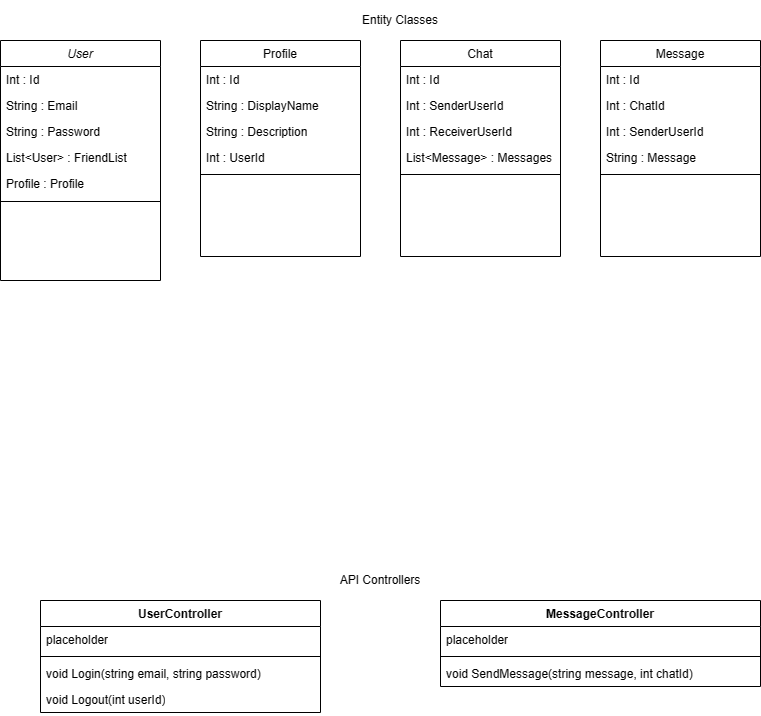
Before: Documents/Class Diagram.png, a diagram exported from draw.io (niko124a/Mini-svendeproeve-projekt). Source tidied: cells renumbered, new cells last; positions are measured from the earlier drawing's top-left corner, leaving out a move shared by most shapes. Its diagram source:
```xml
<mxGraphModel>
  <root>
    <mxCell id="0" />
    <mxCell id="1" parent="0" />
    <mxCell id="2" value="User" style="swimlane;fontStyle=2;align=center;verticalAlign=top;horizontal=1;startSize=26;rounded=0;shadow=0;strokeWidth=1;" parent="1" vertex="1">
      <mxGeometry y="40" width="160" height="240" as="geometry" />
    </mxCell>
    <mxCell id="3" value="Int : Id" style="text;align=left;verticalAlign=top;spacingLeft=4;spacingRight=4;overflow=hidden;" parent="2" vertex="1">
      <mxGeometry y="26" width="160" height="26" as="geometry" />
    </mxCell>
    <mxCell id="4" value="String : Email" style="text;align=left;verticalAlign=top;spacingLeft=4;spacingRight=4;overflow=hidden;rounded=0;shadow=0;html=0;" parent="2" vertex="1">
      <mxGeometry y="52" width="160" height="26" as="geometry" />
    </mxCell>
    <mxCell id="5" value="String : Password" style="text;align=left;verticalAlign=top;spacingLeft=4;spacingRight=4;overflow=hidden;rounded=0;shadow=0;html=0;" parent="2" vertex="1">
      <mxGeometry y="78" width="160" height="26" as="geometry" />
    </mxCell>
    <mxCell id="6" value="List&lt;User&gt; : FriendList" style="text;align=left;verticalAlign=top;spacingLeft=4;spacingRight=4;overflow=hidden;rounded=0;shadow=0;html=0;" parent="2" vertex="1">
      <mxGeometry y="104" width="160" height="26" as="geometry" />
    </mxCell>
    <mxCell id="7" value="Profile : Profile" style="text;align=left;verticalAlign=top;spacingLeft=4;spacingRight=4;overflow=hidden;" parent="2" vertex="1">
      <mxGeometry y="130" width="160" height="26" as="geometry" />
    </mxCell>
    <mxCell id="8" style="line;html=1;strokeWidth=1;align=left;verticalAlign=middle;spacingTop=-1;spacingLeft=3;spacingRight=3;labelPosition=right;" parent="2" vertex="1">
      <mxGeometry y="156" width="160" height="10" as="geometry" />
    </mxCell>
    <mxCell id="9" value="Profile" style="swimlane;fontStyle=0;align=center;verticalAlign=top;horizontal=1;startSize=26;rounded=0;shadow=0;strokeWidth=1;" parent="1" vertex="1">
      <mxGeometry x="200" y="40" width="160" height="216" as="geometry" />
    </mxCell>
    <mxCell id="10" value="Int : Id" style="text;align=left;verticalAlign=top;spacingLeft=4;spacingRight=4;overflow=hidden;" parent="9" vertex="1">
      <mxGeometry y="26" width="160" height="26" as="geometry" />
    </mxCell>
    <mxCell id="11" value="String : DisplayName" style="text;align=left;verticalAlign=top;spacingLeft=4;spacingRight=4;overflow=hidden;rounded=0;shadow=0;html=0;" parent="9" vertex="1">
      <mxGeometry y="52" width="160" height="26" as="geometry" />
    </mxCell>
    <mxCell id="12" value="String : Description" style="text;align=left;verticalAlign=top;spacingLeft=4;spacingRight=4;overflow=hidden;rounded=0;shadow=0;html=0;" parent="9" vertex="1">
      <mxGeometry y="78" width="160" height="26" as="geometry" />
    </mxCell>
    <mxCell id="13" value="Int : UserId" style="text;align=left;verticalAlign=top;spacingLeft=4;spacingRight=4;overflow=hidden;" parent="9" vertex="1">
      <mxGeometry y="104" width="160" height="26" as="geometry" />
    </mxCell>
    <mxCell id="14" style="line;html=1;strokeWidth=1;align=left;verticalAlign=middle;spacingTop=-1;spacingLeft=3;spacingRight=3;labelPosition=right;" parent="9" vertex="1">
      <mxGeometry y="130" width="160" height="8" as="geometry" />
    </mxCell>
    <mxCell id="15" value="Entity Classes" style="text;html=1;strokeColor=none;fillColor=none;align=center;verticalAlign=middle;whiteSpace=wrap;rounded=0;" parent="1" vertex="1">
      <mxGeometry x="340" width="120" height="40" as="geometry" />
    </mxCell>
    <mxCell id="16" value="API Controllers" style="text;html=1;strokeColor=none;fillColor=none;align=center;verticalAlign=middle;whiteSpace=wrap;rounded=0;" parent="1" vertex="1">
      <mxGeometry x="320" y="560" width="120" height="40" as="geometry" />
    </mxCell>
    <mxCell id="17" value="UserController" style="swimlane;fontStyle=1;align=center;verticalAlign=top;horizontal=1;startSize=26;whiteSpace=wrap;html=1;" parent="1" vertex="1">
      <mxGeometry x="40" y="600" width="280" height="112" as="geometry" />
    </mxCell>
    <mxCell id="18" value="placeholder" style="text;strokeColor=none;fillColor=none;align=left;verticalAlign=top;spacingLeft=4;spacingRight=4;overflow=hidden;whiteSpace=wrap;html=1;" parent="17" vertex="1">
      <mxGeometry y="26" width="280" height="26" as="geometry" />
    </mxCell>
    <mxCell id="19" style="line;strokeWidth=1;fillColor=none;align=left;verticalAlign=middle;spacingTop=-1;spacingLeft=3;spacingRight=3;labelPosition=right;strokeColor=inherit;" parent="17" vertex="1">
      <mxGeometry y="52" width="280" height="8" as="geometry" />
    </mxCell>
    <mxCell id="20" value="void Login(string email, string password)" style="text;strokeColor=none;fillColor=none;align=left;verticalAlign=top;spacingLeft=4;spacingRight=4;overflow=hidden;whiteSpace=wrap;html=1;" parent="17" vertex="1">
      <mxGeometry y="60" width="280" height="26" as="geometry" />
    </mxCell>
    <mxCell id="21" value="void Logout(int userId)" style="text;strokeColor=none;fillColor=none;align=left;verticalAlign=top;spacingLeft=4;spacingRight=4;overflow=hidden;whiteSpace=wrap;html=1;" parent="17" vertex="1">
      <mxGeometry y="86" width="280" height="26" as="geometry" />
    </mxCell>
    <mxCell id="22" value="MessageController" style="swimlane;fontStyle=1;align=center;verticalAlign=top;horizontal=1;startSize=26;whiteSpace=wrap;html=1;" parent="1" vertex="1">
      <mxGeometry x="440" y="600" width="320" height="86" as="geometry" />
    </mxCell>
    <mxCell id="23" value="placeholder" style="text;strokeColor=none;fillColor=none;align=left;verticalAlign=top;spacingLeft=4;spacingRight=4;overflow=hidden;whiteSpace=wrap;html=1;" parent="22" vertex="1">
      <mxGeometry y="26" width="320" height="26" as="geometry" />
    </mxCell>
    <mxCell id="24" style="line;strokeWidth=1;fillColor=none;align=left;verticalAlign=middle;spacingTop=-1;spacingLeft=3;spacingRight=3;labelPosition=right;strokeColor=inherit;" parent="22" vertex="1">
      <mxGeometry y="52" width="320" height="8" as="geometry" />
    </mxCell>
    <mxCell id="25" value="void SendMessage(string message, int chatId)" style="text;strokeColor=none;fillColor=none;align=left;verticalAlign=top;spacingLeft=4;spacingRight=4;overflow=hidden;whiteSpace=wrap;html=1;" parent="22" vertex="1">
      <mxGeometry y="60" width="320" height="26" as="geometry" />
    </mxCell>
    <mxCell id="26" value="Chat" style="swimlane;fontStyle=0;align=center;verticalAlign=top;horizontal=1;startSize=26;rounded=0;shadow=0;strokeWidth=1;" parent="1" vertex="1">
      <mxGeometry x="400" y="40" width="160" height="216" as="geometry" />
    </mxCell>
    <mxCell id="27" value="Int : Id" style="text;align=left;verticalAlign=top;spacingLeft=4;spacingRight=4;overflow=hidden;" parent="26" vertex="1">
      <mxGeometry y="26" width="160" height="26" as="geometry" />
    </mxCell>
    <mxCell id="28" value="Int : SenderUserId" style="text;align=left;verticalAlign=top;spacingLeft=4;spacingRight=4;overflow=hidden;rounded=0;shadow=0;html=0;" parent="26" vertex="1">
      <mxGeometry y="52" width="160" height="26" as="geometry" />
    </mxCell>
    <mxCell id="29" value="Int : ReceiverUserId" style="text;align=left;verticalAlign=top;spacingLeft=4;spacingRight=4;overflow=hidden;rounded=0;shadow=0;html=0;" parent="26" vertex="1">
      <mxGeometry y="78" width="160" height="26" as="geometry" />
    </mxCell>
    <mxCell id="30" value="List&lt;Message&gt; : Messages" style="text;align=left;verticalAlign=top;spacingLeft=4;spacingRight=4;overflow=hidden;" parent="26" vertex="1">
      <mxGeometry y="104" width="160" height="26" as="geometry" />
    </mxCell>
    <mxCell id="31" style="line;html=1;strokeWidth=1;align=left;verticalAlign=middle;spacingTop=-1;spacingLeft=3;spacingRight=3;labelPosition=right;" parent="26" vertex="1">
      <mxGeometry y="130" width="160" height="8" as="geometry" />
    </mxCell>
    <mxCell id="32" value="Message" style="swimlane;fontStyle=0;align=center;verticalAlign=top;horizontal=1;startSize=26;rounded=0;shadow=0;strokeWidth=1;" parent="1" vertex="1">
      <mxGeometry x="600" y="40" width="160" height="216" as="geometry" />
    </mxCell>
    <mxCell id="33" value="Int : Id" style="text;align=left;verticalAlign=top;spacingLeft=4;spacingRight=4;overflow=hidden;" parent="32" vertex="1">
      <mxGeometry y="26" width="160" height="26" as="geometry" />
    </mxCell>
    <mxCell id="34" value="Int : ChatId" style="text;align=left;verticalAlign=top;spacingLeft=4;spacingRight=4;overflow=hidden;rounded=0;shadow=0;html=0;" parent="32" vertex="1">
      <mxGeometry y="52" width="160" height="26" as="geometry" />
    </mxCell>
    <mxCell id="35" value="Int : SenderUserId" style="text;align=left;verticalAlign=top;spacingLeft=4;spacingRight=4;overflow=hidden;rounded=0;shadow=0;html=0;" parent="32" vertex="1">
      <mxGeometry y="78" width="160" height="26" as="geometry" />
    </mxCell>
    <mxCell id="36" value="String : Message" style="text;align=left;verticalAlign=top;spacingLeft=4;spacingRight=4;overflow=hidden;" parent="32" vertex="1">
      <mxGeometry y="104" width="160" height="26" as="geometry" />
    </mxCell>
    <mxCell id="37" style="line;html=1;strokeWidth=1;align=left;verticalAlign=middle;spacingTop=-1;spacingLeft=3;spacingRight=3;labelPosition=right;" parent="32" vertex="1">
      <mxGeometry y="130" width="160" height="8" as="geometry" />
    </mxCell>
  </root>
</mxGraphModel>
```
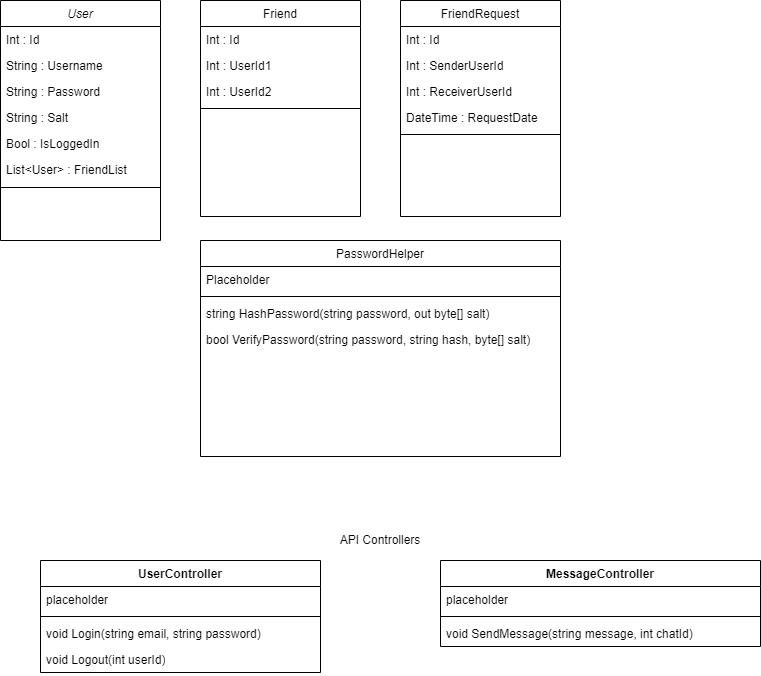
Above is the later version.

Commit message:
Updated diagrams and added new documents to the documentation

Change to the diagram source:
```diff
@@ -8,42 +8,39 @@
     <mxCell id="3" value="Int : Id" style="text;align=left;verticalAlign=top;spacingLeft=4;spacingRight=4;overflow=hidden;" parent="2" vertex="1">
       <mxGeometry y="26" width="160" height="26" as="geometry" />
     </mxCell>
-    <mxCell id="4" value="String : Email" style="text;align=left;verticalAlign=top;spacingLeft=4;spacingRight=4;overflow=hidden;rounded=0;shadow=0;html=0;" parent="2" vertex="1">
+    <mxCell id="4" value="String : Username" style="text;align=left;verticalAlign=top;spacingLeft=4;spacingRight=4;overflow=hidden;rounded=0;shadow=0;html=0;" parent="2" vertex="1">
       <mxGeometry y="52" width="160" height="26" as="geometry" />
     </mxCell>
     <mxCell id="5" value="String : Password" style="text;align=left;verticalAlign=top;spacingLeft=4;spacingRight=4;overflow=hidden;rounded=0;shadow=0;html=0;" parent="2" vertex="1">
       <mxGeometry y="78" width="160" height="26" as="geometry" />
     </mxCell>
+    <mxCell id="38" value="String : Salt" style="text;align=left;verticalAlign=top;spacingLeft=4;spacingRight=4;overflow=hidden;rounded=0;shadow=0;html=0;" parent="2" vertex="1">
+      <mxGeometry y="104" width="160" height="26" as="geometry" />
+    </mxCell>
+    <mxCell id="7" value="Bool : IsLoggedIn" style="text;align=left;verticalAlign=top;spacingLeft=4;spacingRight=4;overflow=hidden;" parent="2" vertex="1">
+      <mxGeometry y="130" width="160" height="26" as="geometry" />
+    </mxCell>
     <mxCell id="6" value="List&lt;User&gt; : FriendList" style="text;align=left;verticalAlign=top;spacingLeft=4;spacingRight=4;overflow=hidden;rounded=0;shadow=0;html=0;" parent="2" vertex="1">
-      <mxGeometry y="104" width="160" height="26" as="geometry" />
+      <mxGeometry y="156" width="160" height="26" as="geometry" />
     </mxCell>
-    <mxCell id="7" value="Profile : Profile" style="text;align=left;verticalAlign=top;spacingLeft=4;spacingRight=4;overflow=hidden;" parent="2" vertex="1">
-      <mxGeometry y="130" width="160" height="26" as="geometry" />
-    </mxCell>
     <mxCell id="8" style="line;html=1;strokeWidth=1;align=left;verticalAlign=middle;spacingTop=-1;spacingLeft=3;spacingRight=3;labelPosition=right;" parent="2" vertex="1">
-      <mxGeometry y="156" width="160" height="10" as="geometry" />
+      <mxGeometry y="182" width="160" height="10" as="geometry" />
     </mxCell>
-    <mxCell id="9" value="Profile" style="swimlane;fontStyle=0;align=center;verticalAlign=top;horizontal=1;startSize=26;rounded=0;shadow=0;strokeWidth=1;" parent="1" vertex="1">
+    <mxCell id="9" value="Friend" style="swimlane;fontStyle=0;align=center;verticalAlign=top;horizontal=1;startSize=26;rounded=0;shadow=0;strokeWidth=1;" parent="1" vertex="1">
       <mxGeometry x="200" y="40" width="160" height="216" as="geometry" />
     </mxCell>
     <mxCell id="10" value="Int : Id" style="text;align=left;verticalAlign=top;spacingLeft=4;spacingRight=4;overflow=hidden;" parent="9" vertex="1">
       <mxGeometry y="26" width="160" height="26" as="geometry" />
     </mxCell>
-    <mxCell id="11" value="String : DisplayName" style="text;align=left;verticalAlign=top;spacingLeft=4;spacingRight=4;overflow=hidden;rounded=0;shadow=0;html=0;" parent="9" vertex="1">
+    <mxCell id="11" value="Int : UserId1" style="text;align=left;verticalAlign=top;spacingLeft=4;spacingRight=4;overflow=hidden;rounded=0;shadow=0;html=0;" parent="9" vertex="1">
       <mxGeometry y="52" width="160" height="26" as="geometry" />
     </mxCell>
-    <mxCell id="12" value="String : Description" style="text;align=left;verticalAlign=top;spacingLeft=4;spacingRight=4;overflow=hidden;rounded=0;shadow=0;html=0;" parent="9" vertex="1">
+    <mxCell id="12" value="Int : UserId2" style="text;align=left;verticalAlign=top;spacingLeft=4;spacingRight=4;overflow=hidden;rounded=0;shadow=0;html=0;" parent="9" vertex="1">
       <mxGeometry y="78" width="160" height="26" as="geometry" />
     </mxCell>
-    <mxCell id="13" value="Int : UserId" style="text;align=left;verticalAlign=top;spacingLeft=4;spacingRight=4;overflow=hidden;" parent="9" vertex="1">
-      <mxGeometry y="104" width="160" height="26" as="geometry" />
-    </mxCell>
     <mxCell id="14" style="line;html=1;strokeWidth=1;align=left;verticalAlign=middle;spacingTop=-1;spacingLeft=3;spacingRight=3;labelPosition=right;" parent="9" vertex="1">
-      <mxGeometry y="130" width="160" height="8" as="geometry" />
+      <mxGeometry y="104" width="160" height="8" as="geometry" />
     </mxCell>
-    <mxCell id="15" value="Entity Classes" style="text;html=1;strokeColor=none;fillColor=none;align=center;verticalAlign=middle;whiteSpace=wrap;rounded=0;" parent="1" vertex="1">
-      <mxGeometry x="340" width="120" height="40" as="geometry" />
-    </mxCell>
     <mxCell id="16" value="API Controllers" style="text;html=1;strokeColor=none;fillColor=none;align=center;verticalAlign=middle;whiteSpace=wrap;rounded=0;" parent="1" vertex="1">
       <mxGeometry x="320" y="560" width="120" height="40" as="geometry" />
     </mxCell>
@@ -74,7 +71,7 @@
     <mxCell id="25" value="void SendMessage(string message, int chatId)" style="text;strokeColor=none;fillColor=none;align=left;verticalAlign=top;spacingLeft=4;spacingRight=4;overflow=hidden;whiteSpace=wrap;html=1;" parent="22" vertex="1">
       <mxGeometry y="60" width="320" height="26" as="geometry" />
     </mxCell>
-    <mxCell id="26" value="Chat" style="swimlane;fontStyle=0;align=center;verticalAlign=top;horizontal=1;startSize=26;rounded=0;shadow=0;strokeWidth=1;" parent="1" vertex="1">
+    <mxCell id="26" value="FriendRequest" style="swimlane;fontStyle=0;align=center;verticalAlign=top;horizontal=1;startSize=26;rounded=0;shadow=0;strokeWidth=1;" parent="1" vertex="1">
       <mxGeometry x="400" y="40" width="160" height="216" as="geometry" />
     </mxCell>
     <mxCell id="27" value="Int : Id" style="text;align=left;verticalAlign=top;spacingLeft=4;spacingRight=4;overflow=hidden;" parent="26" vertex="1">
@@ -86,29 +83,26 @@
     <mxCell id="29" value="Int : ReceiverUserId" style="text;align=left;verticalAlign=top;spacingLeft=4;spacingRight=4;overflow=hidden;rounded=0;shadow=0;html=0;" parent="26" vertex="1">
       <mxGeometry y="78" width="160" height="26" as="geometry" />
     </mxCell>
-    <mxCell id="30" value="List&lt;Message&gt; : Messages" style="text;align=left;verticalAlign=top;spacingLeft=4;spacingRight=4;overflow=hidden;" parent="26" vertex="1">
+    <mxCell id="30" value="DateTime : RequestDate" style="text;align=left;verticalAlign=top;spacingLeft=4;spacingRight=4;overflow=hidden;" parent="26" vertex="1">
       <mxGeometry y="104" width="160" height="26" as="geometry" />
     </mxCell>
     <mxCell id="31" style="line;html=1;strokeWidth=1;align=left;verticalAlign=middle;spacingTop=-1;spacingLeft=3;spacingRight=3;labelPosition=right;" parent="26" vertex="1">
       <mxGeometry y="130" width="160" height="8" as="geometry" />
     </mxCell>
-    <mxCell id="32" value="Message" style="swimlane;fontStyle=0;align=center;verticalAlign=top;horizontal=1;startSize=26;rounded=0;shadow=0;strokeWidth=1;" parent="1" vertex="1">
-      <mxGeometry x="600" y="40" width="160" height="216" as="geometry" />
-    </mxCell>
-    <mxCell id="33" value="Int : Id" style="text;align=left;verticalAlign=top;spacingLeft=4;spacingRight=4;overflow=hidden;" parent="32" vertex="1">
-      <mxGeometry y="26" width="160" height="26" as="geometry" />
-    </mxCell>
-    <mxCell id="34" value="Int : ChatId" style="text;align=left;verticalAlign=top;spacingLeft=4;spacingRight=4;overflow=hidden;rounded=0;shadow=0;html=0;" parent="32" vertex="1">
-      <mxGeometry y="52" width="160" height="26" as="geometry" />
-    </mxCell>
-    <mxCell id="35" value="Int : SenderUserId" style="text;align=left;verticalAlign=top;spacingLeft=4;spacingRight=4;overflow=hidden;rounded=0;shadow=0;html=0;" parent="32" vertex="1">
-      <mxGeometry y="78" width="160" height="26" as="geometry" />
-    </mxCell>
-    <mxCell id="36" value="String : Message" style="text;align=left;verticalAlign=top;spacingLeft=4;spacingRight=4;overflow=hidden;" parent="32" vertex="1">
-      <mxGeometry y="104" width="160" height="26" as="geometry" />
-    </mxCell>
-    <mxCell id="37" style="line;html=1;strokeWidth=1;align=left;verticalAlign=middle;spacingTop=-1;spacingLeft=3;spacingRight=3;labelPosition=right;" parent="32" vertex="1">
-      <mxGeometry y="130" width="160" height="8" as="geometry" />
-    </mxCell>
+    <mxCell id="39" value="PasswordHelper" style="swimlane;fontStyle=0;align=center;verticalAlign=top;horizontal=1;startSize=26;rounded=0;shadow=0;strokeWidth=1;" parent="1" vertex="1">
+      <mxGeometry x="200" y="280" width="360" height="216" as="geometry" />
+    </mxCell>
+    <mxCell id="40" value="Placeholder" style="text;align=left;verticalAlign=top;spacingLeft=4;spacingRight=4;overflow=hidden;" parent="39" vertex="1">
+      <mxGeometry y="26" width="360" height="26" as="geometry" />
+    </mxCell>
+    <mxCell id="41" style="line;html=1;strokeWidth=1;align=left;verticalAlign=middle;spacingTop=-1;spacingLeft=3;spacingRight=3;labelPosition=right;" parent="39" vertex="1">
+      <mxGeometry y="52" width="360" height="8" as="geometry" />
+    </mxCell>
+    <mxCell id="42" value="string HashPassword(string password, out byte[] salt)" style="text;align=left;verticalAlign=top;spacingLeft=4;spacingRight=4;overflow=hidden;" parent="39" vertex="1">
+      <mxGeometry y="60" width="360" height="26" as="geometry" />
+    </mxCell>
+    <mxCell id="43" value="bool VerifyPassword(string password, string hash, byte[] salt)" style="text;align=left;verticalAlign=top;spacingLeft=4;spacingRight=4;overflow=hidden;" parent="39" vertex="1">
+      <mxGeometry y="86" width="360" height="26" as="geometry" />
+    </mxCell>
   </root>
 </mxGraphModel>
```
